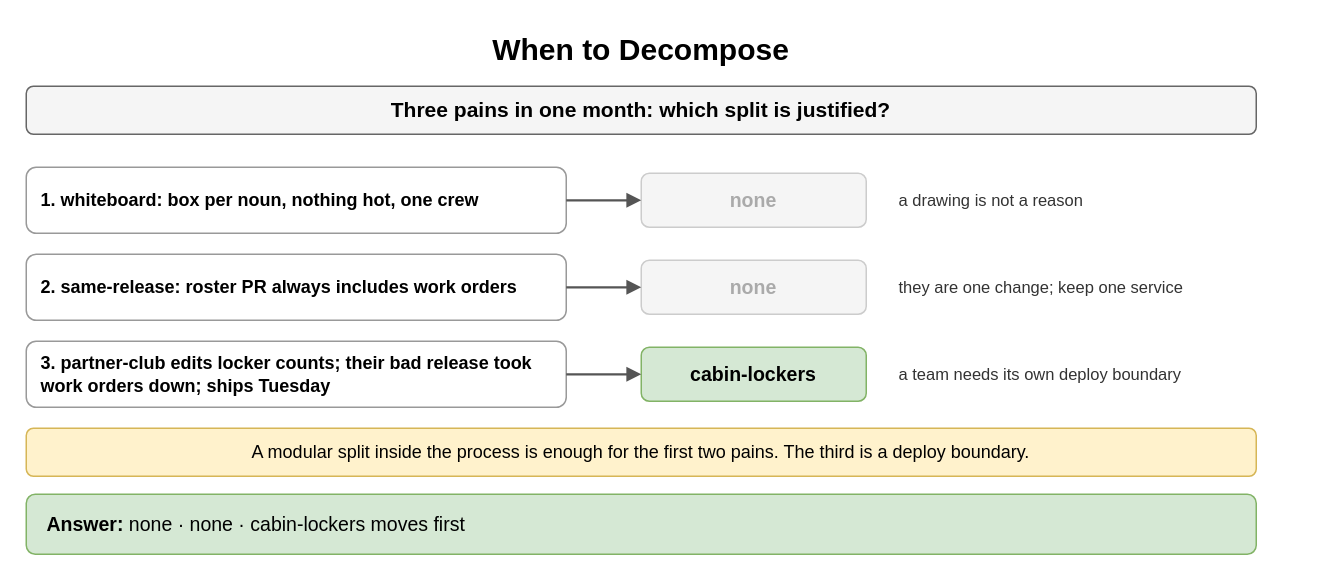
Above: page "When to Decompose" (2 of 8) of content/09_System_Design_Interview/12_Microservices_and_System_Decomposition/diagrams/microservices-drills.drawio in amendez13/swe-study-guide (draw.io), before the change. Source tidied: cells renumbered, new cells numbered last; positions are measured from the earlier drawing's top-left corner, leaving out a move shared by most shapes. Both pictures are drawn from the tidied source at 150%, with x=0, y=0 at pixel (26, 26).
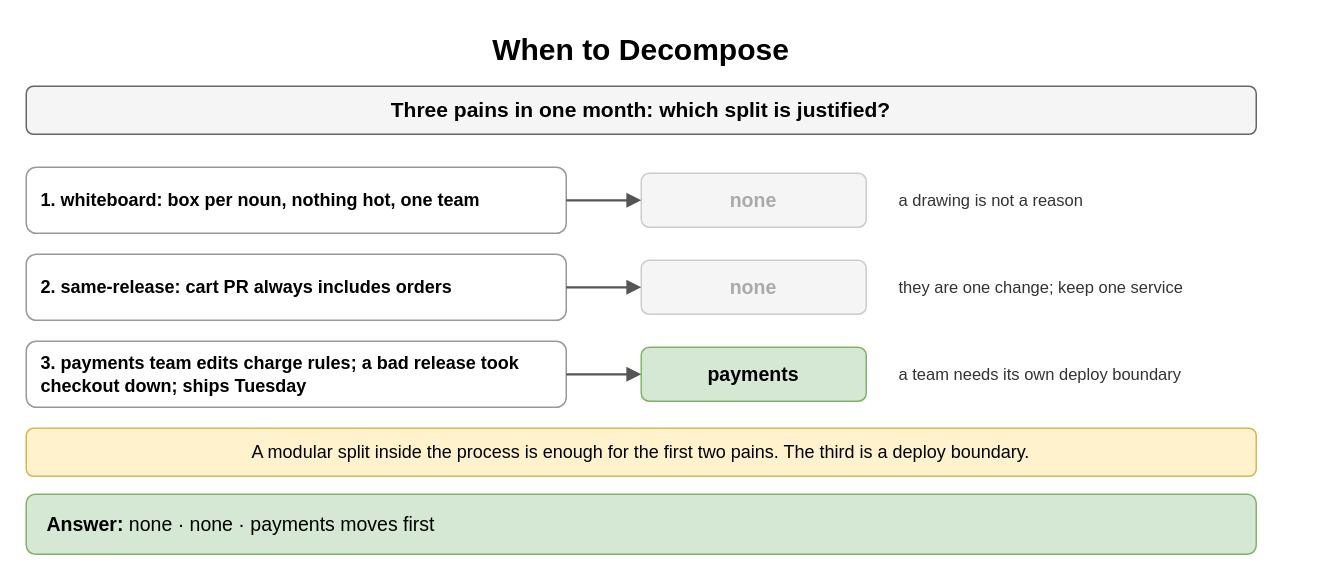
The same page after the edit.

What changed in the source:
```diff
@@
 <mxGraphModel>
   <root>
     <mxCell id="0" />
     <mxCell id="1" parent="0" />
     <mxCell id="2" value="When to Decompose" style="text;html=1;align=center;verticalAlign=middle;whiteSpace=wrap;fontSize=20;fontStyle=1;" parent="1" vertex="1">
       <mxGeometry width="820" height="30" as="geometry" />
     </mxCell>
     <mxCell id="3" value="Three pains in one month: which split is justified?" style="rounded=1;whiteSpace=wrap;html=1;fillColor=#f5f5f5;strokeColor=#666666;fontStyle=1;fontSize=14;" parent="1" vertex="1">
       <mxGeometry y="40" width="820" height="32" as="geometry" />
     </mxCell>
-    <mxCell id="4" value="1. whiteboard: box per noun, nothing hot, one crew" style="rounded=1;whiteSpace=wrap;html=1;fillColor=#ffffff;strokeColor=#999999;fontSize=12;align=left;fontStyle=1;spacingLeft=8;" parent="1" vertex="1">
+    <mxCell id="4" value="1. whiteboard: box per noun, nothing hot, one team" style="rounded=1;whiteSpace=wrap;html=1;fillColor=#ffffff;strokeColor=#999999;fontSize=12;align=left;fontStyle=1;spacingLeft=8;" parent="1" vertex="1">
       <mxGeometry y="94" width="360" height="44" as="geometry" />
     </mxCell>
     <mxCell id="5" value="none" style="rounded=1;whiteSpace=wrap;html=1;fillColor=#f5f5f5;strokeColor=#cccccc;fontSize=13;align=center;fontStyle=1;fontColor=#aaaaaa;" parent="1" vertex="1">
       <mxGeometry x="410" y="98" width="150" height="36" as="geometry" />
     </mxCell>
     <mxCell id="6" style="endArrow=block;endSize=6;html=1;strokeWidth=1.5;strokeColor=#555555;fontSize=11;labelBackgroundColor=#ffffff;" parent="1" edge="1" source="4" target="5">
       <mxGeometry relative="1" as="geometry" />
     </mxCell>
     <mxCell id="7" value="a drawing is not a reason" style="text;html=1;whiteSpace=wrap;fontSize=11;align=left;verticalAlign=middle;fontSize=11;fontColor=#333333;" parent="1" vertex="1">
       <mxGeometry x="580" y="94" width="280" height="44" as="geometry" />
     </mxCell>
-    <mxCell id="8" value="2. same-release: roster PR always includes work orders" style="rounded=1;whiteSpace=wrap;html=1;fillColor=#ffffff;strokeColor=#999999;fontSize=12;align=left;fontStyle=1;spacingLeft=8;" parent="1" vertex="1">
+    <mxCell id="8" value="2. same-release: cart PR always includes orders" style="rounded=1;whiteSpace=wrap;html=1;fillColor=#ffffff;strokeColor=#999999;fontSize=12;align=left;fontStyle=1;spacingLeft=8;" parent="1" vertex="1">
       <mxGeometry y="152" width="360" height="44" as="geometry" />
     </mxCell>
     <mxCell id="9" value="none" style="rounded=1;whiteSpace=wrap;html=1;fillColor=#f5f5f5;strokeColor=#cccccc;fontSize=13;align=center;fontStyle=1;fontColor=#aaaaaa;" parent="1" vertex="1">
       <mxGeometry x="410" y="156" width="150" height="36" as="geometry" />
     </mxCell>
     <mxCell id="10" style="endArrow=block;endSize=6;html=1;strokeWidth=1.5;strokeColor=#555555;fontSize=11;labelBackgroundColor=#ffffff;" parent="1" edge="1" source="8" target="9">
       <mxGeometry relative="1" as="geometry" />
     </mxCell>
     <mxCell id="11" value="they are one change; keep one service" style="text;html=1;whiteSpace=wrap;fontSize=11;align=left;verticalAlign=middle;fontSize=11;fontColor=#333333;" parent="1" vertex="1">
       <mxGeometry x="580" y="152" width="280" height="44" as="geometry" />
     </mxCell>
-    <mxCell id="12" value="3. partner-club edits locker counts; their bad release took work orders down; ships Tuesday" style="rounded=1;whiteSpace=wrap;html=1;fillColor=#ffffff;strokeColor=#999999;fontSize=12;align=left;fontStyle=1;spacingLeft=8;" parent="1" vertex="1">
+    <mxCell id="12" value="3. payments team edits charge rules; a bad release took checkout down; ships Tuesday" style="rounded=1;whiteSpace=wrap;html=1;fillColor=#ffffff;strokeColor=#999999;fontSize=12;align=left;fontStyle=1;spacingLeft=8;" parent="1" vertex="1">
       <mxGeometry y="210" width="360" height="44" as="geometry" />
     </mxCell>
-    <mxCell id="13" value="cabin-lockers" style="rounded=1;whiteSpace=wrap;html=1;fillColor=#d5e8d4;strokeColor=#82b366;fontSize=13;align=center;fontStyle=1;" parent="1" vertex="1">
+    <mxCell id="13" value="payments" style="rounded=1;whiteSpace=wrap;html=1;fillColor=#d5e8d4;strokeColor=#82b366;fontSize=13;align=center;fontStyle=1;" parent="1" vertex="1">
       <mxGeometry x="410" y="214" width="150" height="36" as="geometry" />
     </mxCell>
     <mxCell id="14" style="endArrow=block;endSize=6;html=1;strokeWidth=1.5;strokeColor=#555555;fontSize=11;labelBackgroundColor=#ffffff;" parent="1" edge="1" source="12" target="13">
       <mxGeometry relative="1" as="geometry" />
     </mxCell>
     <mxCell id="15" value="a team needs its own deploy boundary" style="text;html=1;whiteSpace=wrap;fontSize=11;align=left;verticalAlign=middle;fontSize=11;fontColor=#333333;" parent="1" vertex="1">
       <mxGeometry x="580" y="210" width="280" height="44" as="geometry" />
     </mxCell>
     <mxCell id="16" value="A modular split inside the process is enough for the first two pains. The third is a deploy boundary." style="rounded=1;whiteSpace=wrap;html=1;fillColor=#fff2cc;strokeColor=#d6b656;fontSize=12;align=center;" parent="1" vertex="1">
       <mxGeometry y="268" width="820" height="32" as="geometry" />
     </mxCell>
-    <mxCell id="17" value="&lt;b&gt;Answer:&lt;/b&gt; none · none · cabin-lockers moves first" style="rounded=1;whiteSpace=wrap;html=1;fillColor=#d5e8d4;strokeColor=#82b366;fontSize=13;align=left;spacingLeft=12;" parent="1" vertex="1">
+    <mxCell id="17" value="&lt;b&gt;Answer:&lt;/b&gt; none · none · payments moves first" style="rounded=1;whiteSpace=wrap;html=1;fillColor=#d5e8d4;strokeColor=#82b366;fontSize=13;align=left;spacingLeft=12;" parent="1" vertex="1">
       <mxGeometry y="312" width="820" height="40" as="geometry" />
     </mxCell>
   </root>
 </mxGraphModel>
```
